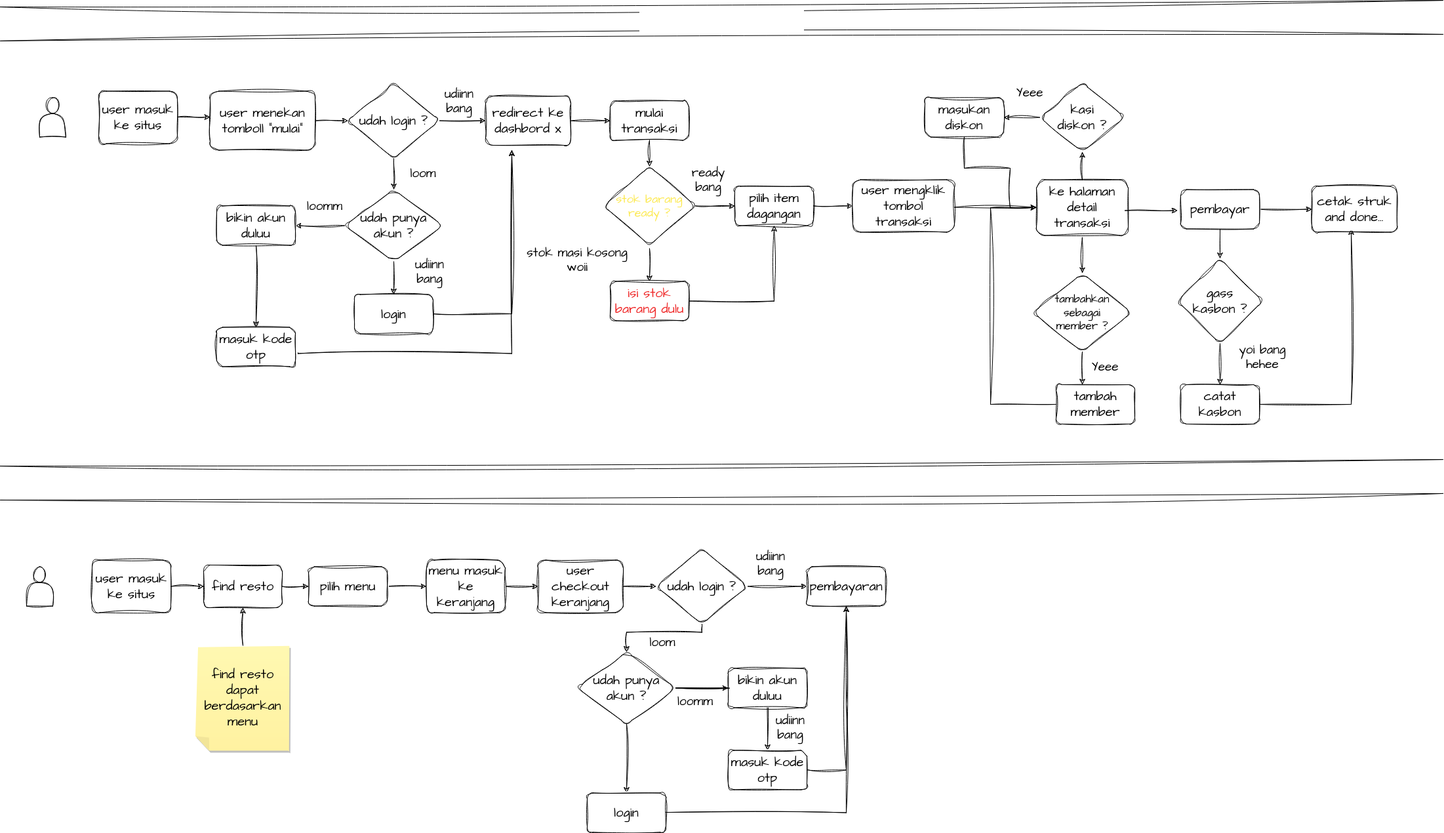
Petrichor-Dev/mypos keeps this draw.io diagram as Untitled Diagram.drawio.png. Above is the earlier version. Source tidied: cells renumbered, new cells last; positions are measured from the earlier drawing's top-left corner, leaving out a move shared by most shapes.
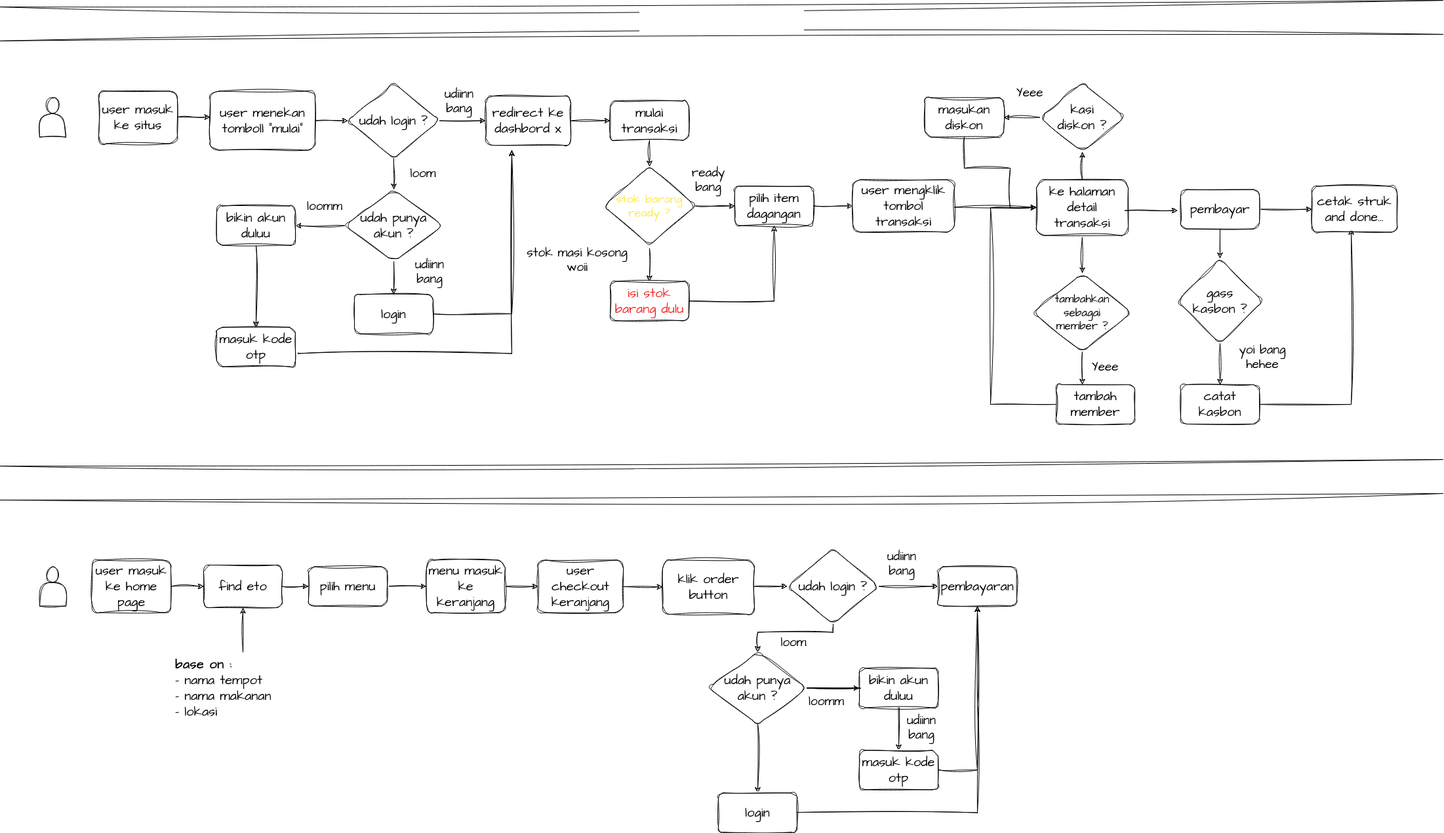
After the commit.

Diff of the diagram source:
```diff
@@ -245,13 +245,13 @@
     <mxCell id="66" style="edgeStyle=orthogonalEdgeStyle;rounded=0;sketch=1;hachureGap=4;jiggle=2;curveFitting=1;jettySize=auto;html=1;fontFamily=Architects Daughter;fontSource=https%3A%2F%2Ffonts.googleapis.com%2Fcss%3Ffamily%3DArchitects%2BDaughter;fontSize=16;" parent="1" edge="1" source="67" target="69">
       <mxGeometry relative="1" as="geometry" />
     </mxCell>
-    <mxCell id="67" value="user masuk ke situs" style="whiteSpace=wrap;html=1;fontSize=20;fontFamily=Architects Daughter;rounded=1;sketch=1;curveFitting=1;jiggle=2;hachureGap=4;fontSource=https%3A%2F%2Ffonts.googleapis.com%2Fcss%3Ffamily%3DArchitects%2BDaughter;labelBackgroundColor=none;" parent="1" vertex="1">
+    <mxCell id="67" value="user masuk ke home page" style="whiteSpace=wrap;html=1;fontSize=20;fontFamily=Architects Daughter;rounded=1;sketch=1;curveFitting=1;jiggle=2;hachureGap=4;fontSource=https%3A%2F%2Ffonts.googleapis.com%2Fcss%3Ffamily%3DArchitects%2BDaughter;labelBackgroundColor=none;" parent="1" vertex="1">
       <mxGeometry x="140" y="827.5" width="120" height="80" as="geometry" />
     </mxCell>
     <mxCell id="68" style="edgeStyle=orthogonalEdgeStyle;rounded=0;sketch=1;hachureGap=4;jiggle=2;curveFitting=1;jettySize=auto;html=1;fontFamily=Architects Daughter;fontSource=https%3A%2F%2Ffonts.googleapis.com%2Fcss%3Ffamily%3DArchitects%2BDaughter;fontSize=16;" parent="1" edge="1" source="69" target="71">
       <mxGeometry relative="1" as="geometry" />
     </mxCell>
-    <mxCell id="69" value="find resto" style="whiteSpace=wrap;html=1;fontSize=20;fontFamily=Architects Daughter;rounded=1;sketch=1;curveFitting=1;jiggle=2;hachureGap=4;fontSource=https%3A%2F%2Ffonts.googleapis.com%2Fcss%3Ffamily%3DArchitects%2BDaughter;labelBackgroundColor=none;" parent="1" vertex="1">
+    <mxCell id="69" value="find eto" style="whiteSpace=wrap;html=1;fontSize=20;fontFamily=Architects Daughter;rounded=1;sketch=1;curveFitting=1;jiggle=2;hachureGap=4;fontSource=https%3A%2F%2Ffonts.googleapis.com%2Fcss%3Ffamily%3DArchitects%2BDaughter;labelBackgroundColor=none;" parent="1" vertex="1">
       <mxGeometry x="310" y="835" width="120" height="65" as="geometry" />
     </mxCell>
     <mxCell id="70" style="edgeStyle=orthogonalEdgeStyle;rounded=0;sketch=1;hachureGap=4;jiggle=2;curveFitting=1;jettySize=auto;html=1;fontFamily=Architects Daughter;fontSource=https%3A%2F%2Ffonts.googleapis.com%2Fcss%3Ffamily%3DArchitects%2BDaughter;fontSize=16;" parent="1" edge="1" source="71" target="73">
@@ -266,19 +266,23 @@
     <mxCell id="73" value="menu masuk ke keranjang" style="whiteSpace=wrap;html=1;fontSize=20;fontFamily=Architects Daughter;rounded=1;sketch=1;curveFitting=1;jiggle=2;hachureGap=4;fontSource=https%3A%2F%2Ffonts.googleapis.com%2Fcss%3Ffamily%3DArchitects%2BDaughter;labelBackgroundColor=none;" parent="1" vertex="1">
       <mxGeometry x="650" y="827.5" width="120" height="80" as="geometry" />
     </mxCell>
-    <mxCell id="74" style="edgeStyle=orthogonalEdgeStyle;rounded=0;sketch=1;hachureGap=4;jiggle=2;curveFitting=1;jettySize=auto;html=1;fontFamily=Architects Daughter;fontSource=https%3A%2F%2Ffonts.googleapis.com%2Fcss%3Ffamily%3DArchitects%2BDaughter;fontSize=16;" parent="1" edge="1" source="75">
+    <mxCell id="74" style="edgeStyle=orthogonalEdgeStyle;rounded=0;sketch=1;hachureGap=4;jiggle=2;curveFitting=1;orthogonalLoop=1;jettySize=auto;html=1;fontFamily=Architects Daughter;fontSource=https%3A%2F%2Ffonts.googleapis.com%2Fcss%3Ffamily%3DArchitects%2BDaughter;fontSize=16;" parent="1" edge="1">
       <mxGeometry relative="1" as="geometry">
-        <mxPoint x="1000" y="867.5" as="targetPoint" />
+        <mxPoint x="1150" y="867.5" as="sourcePoint" />
+        <mxPoint x="1200" y="867.5" as="targetPoint" />
       </mxGeometry>
     </mxCell>
+    <mxCell id="98" style="edgeStyle=none;rounded=0;sketch=1;hachureGap=4;jiggle=2;curveFitting=1;jettySize=auto;html=1;fontFamily=Architects Daughter;fontSource=https%3A%2F%2Ffonts.googleapis.com%2Fcss%3Ffamily%3DArchitects%2BDaughter;fontSize=16;" parent="1" edge="1" source="75" target="101">
+      <mxGeometry relative="1" as="geometry" />
+    </mxCell>
     <mxCell id="75" value="user checkout keranjang" style="whiteSpace=wrap;html=1;fontSize=20;fontFamily=Architects Daughter;rounded=1;sketch=1;curveFitting=1;jiggle=2;hachureGap=4;fontSource=https%3A%2F%2Ffonts.googleapis.com%2Fcss%3Ffamily%3DArchitects%2BDaughter;labelBackgroundColor=none;" parent="1" vertex="1">
       <mxGeometry x="820" y="827.5" width="130" height="80" as="geometry" />
     </mxCell>
     <mxCell id="76" style="edgeStyle=orthogonalEdgeStyle;rounded=0;sketch=1;hachureGap=4;jiggle=2;curveFitting=1;jettySize=auto;html=1;fontFamily=Architects Daughter;fontSource=https%3A%2F%2Ffonts.googleapis.com%2Fcss%3Ffamily%3DArchitects%2BDaughter;fontSize=17;labelBackgroundColor=none;fontColor=default;entryX=0.5;entryY=0;entryDx=0;entryDy=0;" parent="1" edge="1" source="78" target="90">
       <mxGeometry relative="1" as="geometry">
         <Array as="points">
-          <mxPoint x="1070" y="937.5" />
-          <mxPoint x="955" y="937.5" />
+          <mxPoint x="1270" y="937.5" />
+          <mxPoint x="1155" y="937.5" />
         </Array>
       </mxGeometry>
     </mxCell>
@@ -286,19 +290,19 @@
       <mxGeometry relative="1" as="geometry" />
     </mxCell>
     <mxCell id="78" value="udah login ?" style="rhombus;whiteSpace=wrap;html=1;fontSize=20;fontFamily=Architects Daughter;rounded=1;sketch=1;curveFitting=1;jiggle=2;hachureGap=4;fontSource=https%3A%2F%2Ffonts.googleapis.com%2Fcss%3Ffamily%3DArchitects%2BDaughter;labelBackgroundColor=none;" parent="1" vertex="1">
-      <mxGeometry x="1000" y="810" width="140" height="115" as="geometry" />
+      <mxGeometry x="1200" y="810" width="140" height="115" as="geometry" />
     </mxCell>
     <mxCell id="79" value="&lt;font style=&quot;font-size: 19px;&quot;&gt;udiinn bang&lt;/font&gt;" style="text;strokeColor=none;align=center;fillColor=none;html=1;verticalAlign=middle;whiteSpace=wrap;rounded=0;sketch=1;hachureGap=4;jiggle=2;curveFitting=1;fontFamily=Architects Daughter;fontSource=https%3A%2F%2Ffonts.googleapis.com%2Fcss%3Ffamily%3DArchitects%2BDaughter;fontSize=19;labelBackgroundColor=none;" parent="1" vertex="1">
-      <mxGeometry x="1160" y="1067.5" width="90" height="30" as="geometry" />
+      <mxGeometry x="1360" y="1067.5" width="90" height="30" as="geometry" />
     </mxCell>
     <mxCell id="80" value="&lt;font style=&quot;font-size: 19px;&quot;&gt;udiinn bang&lt;/font&gt;" style="text;strokeColor=none;align=center;fillColor=none;html=1;verticalAlign=middle;whiteSpace=wrap;rounded=0;sketch=1;hachureGap=4;jiggle=2;curveFitting=1;fontFamily=Architects Daughter;fontSource=https%3A%2F%2Ffonts.googleapis.com%2Fcss%3Ffamily%3DArchitects%2BDaughter;fontSize=19;labelBackgroundColor=none;" parent="1" vertex="1">
-      <mxGeometry x="1145" y="817.5" width="60" height="30" as="geometry" />
+      <mxGeometry x="1345" y="817.5" width="60" height="30" as="geometry" />
     </mxCell>
     <mxCell id="81" value="&lt;font style=&quot;font-size: 19px;&quot;&gt;loomm&lt;/font&gt;" style="text;strokeColor=none;align=center;fillColor=none;html=1;verticalAlign=middle;whiteSpace=wrap;rounded=0;sketch=1;hachureGap=4;jiggle=2;curveFitting=1;fontFamily=Architects Daughter;fontSource=https%3A%2F%2Ffonts.googleapis.com%2Fcss%3Ffamily%3DArchitects%2BDaughter;fontSize=19;labelBackgroundColor=none;" parent="1" vertex="1">
-      <mxGeometry x="1030" y="1027.5" width="60" height="30" as="geometry" />
+      <mxGeometry x="1230" y="1027.5" width="60" height="30" as="geometry" />
     </mxCell>
     <mxCell id="82" value="&lt;font style=&quot;font-size: 19px;&quot;&gt;loom&lt;/font&gt;" style="text;strokeColor=none;align=center;fillColor=none;html=1;verticalAlign=middle;whiteSpace=wrap;rounded=0;sketch=1;hachureGap=4;jiggle=2;curveFitting=1;fontFamily=Architects Daughter;fontSource=https%3A%2F%2Ffonts.googleapis.com%2Fcss%3Ffamily%3DArchitects%2BDaughter;fontSize=19;labelBackgroundColor=none;" parent="1" vertex="1">
-      <mxGeometry x="980" y="937.5" width="60" height="30" as="geometry" />
+      <mxGeometry x="1180" y="937.5" width="60" height="30" as="geometry" />
     </mxCell>
     <mxCell id="83" style="edgeStyle=orthogonalEdgeStyle;rounded=0;sketch=1;hachureGap=4;jiggle=2;curveFitting=1;jettySize=auto;html=1;fontFamily=Architects Daughter;fontSource=https%3A%2F%2Ffonts.googleapis.com%2Fcss%3Ffamily%3DArchitects%2BDaughter;fontSize=16;" parent="1" edge="1" source="90" target="85">
       <mxGeometry relative="1" as="geometry" />
@@ -307,13 +311,13 @@
       <mxGeometry relative="1" as="geometry" />
     </mxCell>
     <mxCell id="85" value="bikin akun duluu" style="whiteSpace=wrap;html=1;fontSize=20;fontFamily=Architects Daughter;rounded=1;sketch=1;curveFitting=1;jiggle=2;hachureGap=4;fontSource=https%3A%2F%2Ffonts.googleapis.com%2Fcss%3Ffamily%3DArchitects%2BDaughter;labelBackgroundColor=none;" parent="1" vertex="1">
-      <mxGeometry x="1110" y="992.5" width="120" height="60" as="geometry" />
+      <mxGeometry x="1310" y="992.5" width="120" height="60" as="geometry" />
     </mxCell>
     <mxCell id="86" value="masuk kode otp" style="whiteSpace=wrap;html=1;fontSize=20;fontFamily=Architects Daughter;rounded=1;sketch=1;curveFitting=1;jiggle=2;hachureGap=4;fontSource=https%3A%2F%2Ffonts.googleapis.com%2Fcss%3Ffamily%3DArchitects%2BDaughter;labelBackgroundColor=none;" parent="1" vertex="1">
-      <mxGeometry x="1110" y="1117.5" width="120" height="60" as="geometry" />
+      <mxGeometry x="1310" y="1117.5" width="120" height="60" as="geometry" />
     </mxCell>
     <mxCell id="87" value="pembayaran" style="whiteSpace=wrap;html=1;fontSize=20;fontFamily=Architects Daughter;rounded=1;sketch=1;curveFitting=1;jiggle=2;hachureGap=4;fontSource=https%3A%2F%2Ffonts.googleapis.com%2Fcss%3Ffamily%3DArchitects%2BDaughter;labelBackgroundColor=none;" parent="1" vertex="1">
-      <mxGeometry x="1230" y="837.5" width="120" height="60" as="geometry" />
+      <mxGeometry x="1430" y="837.5" width="120" height="60" as="geometry" />
     </mxCell>
     <mxCell id="88" style="edgeStyle=orthogonalEdgeStyle;rounded=0;sketch=1;hachureGap=4;jiggle=2;curveFitting=1;jettySize=auto;html=1;fontFamily=Architects Daughter;fontSource=https%3A%2F%2Ffonts.googleapis.com%2Fcss%3Ffamily%3DArchitects%2BDaughter;fontSize=16;endArrow=none;" parent="1" edge="1" source="85" target="90">
       <mxGeometry relative="1" as="geometry" />
@@ -322,26 +326,26 @@
       <mxGeometry relative="1" as="geometry" />
     </mxCell>
     <mxCell id="90" value="udah punya akun ?" style="rhombus;whiteSpace=wrap;html=1;fontSize=20;fontFamily=Architects Daughter;rounded=1;sketch=1;curveFitting=1;jiggle=2;hachureGap=4;fontSource=https%3A%2F%2Ffonts.googleapis.com%2Fcss%3Ffamily%3DArchitects%2BDaughter;labelBackgroundColor=none;" parent="1" vertex="1">
-      <mxGeometry x="880" y="967.5" width="150" height="110" as="geometry" />
+      <mxGeometry x="1080" y="967.5" width="150" height="110" as="geometry" />
     </mxCell>
     <mxCell id="91" value="login" style="whiteSpace=wrap;html=1;fontSize=20;fontFamily=Architects Daughter;rounded=1;sketch=1;curveFitting=1;jiggle=2;hachureGap=4;fontSource=https%3A%2F%2Ffonts.googleapis.com%2Fcss%3Ffamily%3DArchitects%2BDaughter;labelBackgroundColor=none;" parent="1" vertex="1">
-      <mxGeometry x="895" y="1182.5" width="120" height="60" as="geometry" />
+      <mxGeometry x="1095" y="1182.5" width="120" height="60" as="geometry" />
     </mxCell>
     <mxCell id="92" style="edgeStyle=none;jettySize=auto;html=1;rounded=0;sketch=1;hachureGap=4;jiggle=2;curveFitting=1;fontFamily=Architects Daughter;fontSource=https%3A%2F%2Ffonts.googleapis.com%2Fcss%3Ffamily%3DArchitects%2BDaughter;fontSize=16;entryX=0.5;entryY=1;entryDx=0;entryDy=0;" parent="1" edge="1" target="87">
       <mxGeometry relative="1" as="geometry">
-        <mxPoint x="1015" y="1212.1" as="sourcePoint" />
+        <mxPoint x="1215" y="1212.1" as="sourcePoint" />
         <Array as="points">
-          <mxPoint x="1290" y="1212.5" />
-          <mxPoint x="1290" y="1047.5" />
+          <mxPoint x="1490" y="1212.5" />
+          <mxPoint x="1490" y="1047.5" />
         </Array>
       </mxGeometry>
     </mxCell>
     <mxCell id="93" style="edgeStyle=none;orthogonalLoop=1;jettySize=auto;html=1;rounded=0;sketch=1;hachureGap=4;jiggle=2;curveFitting=1;fontFamily=Architects Daughter;fontSource=https%3A%2F%2Ffonts.googleapis.com%2Fcss%3Ffamily%3DArchitects%2BDaughter;fontSize=16;" parent="1" edge="1">
       <mxGeometry relative="1" as="geometry">
-        <mxPoint x="1230" y="1147.1" as="sourcePoint" />
-        <mxPoint x="1290" y="897.5" as="targetPoint" />
+        <mxPoint x="1430" y="1147.1" as="sourcePoint" />
+        <mxPoint x="1490" y="897.5" as="targetPoint" />
         <Array as="points">
-          <mxPoint x="1290" y="1147.5" />
+          <mxPoint x="1490" y="1147.5" />
         </Array>
       </mxGeometry>
     </mxCell>
@@ -349,13 +353,16 @@
       <mxGeometry x="60" y="122.5" width="40" height="60" as="geometry" />
     </mxCell>
     <mxCell id="95" style="shape=actor;whiteSpace=wrap;html=1;sketch=1;hachureGap=4;jiggle=2;curveFitting=1;fontFamily=Architects Daughter;fontSource=https%3A%2F%2Ffonts.googleapis.com%2Fcss%3Ffamily%3DArchitects%2BDaughter;fontSize=20;" parent="1" vertex="1">
-      <mxGeometry x="40" y="837.5" width="40" height="60" as="geometry" />
+      <mxGeometry x="60" y="837.5" width="40" height="60" as="geometry" />
     </mxCell>
-    <mxCell id="96" style="edgeStyle=none;rounded=0;sketch=1;hachureGap=4;jiggle=2;curveFitting=1;jettySize=auto;html=1;fontFamily=Architects Daughter;fontSource=https%3A%2F%2Ffonts.googleapis.com%2Fcss%3Ffamily%3DArchitects%2BDaughter;fontSize=16;entryX=0.5;entryY=1;entryDx=0;entryDy=0;" parent="1" edge="1" source="97" target="69">
-      <mxGeometry relative="1" as="geometry" />
-    </mxCell>
-    <mxCell id="97" value="find resto dapat berdasarkan menu" style="shape=note;whiteSpace=wrap;html=1;backgroundOutline=1;fontColor=#000000;darkOpacity=0.05;fillColor=#FFF9B2;strokeColor=none;fillStyle=solid;direction=west;gradientDirection=north;gradientColor=#FFF2A1;shadow=1;size=20;sketch=1;hachureGap=4;jiggle=2;curveFitting=1;fontFamily=Architects Daughter;fontSource=https%3A%2F%2Ffonts.googleapis.com%2Fcss%3Ffamily%3DArchitects%2BDaughter;fontSize=20;" parent="1" vertex="1">
-      <mxGeometry x="300" y="957.5" width="140" height="160" as="geometry" />
-    </mxCell>
+    <mxCell id="99" style="edgeStyle=none;rounded=0;sketch=1;hachureGap=4;jiggle=2;curveFitting=1;jettySize=auto;html=1;entryX=0.5;entryY=1;entryDx=0;entryDy=0;fontFamily=Architects Daughter;fontSource=https%3A%2F%2Ffonts.googleapis.com%2Fcss%3Ffamily%3DArchitects%2BDaughter;fontSize=16;" parent="1" edge="1" source="100" target="69">
+      <mxGeometry relative="1" as="geometry" />
+    </mxCell>
+    <mxCell id="100" value="&lt;div&gt;&lt;b&gt;base on :&lt;/b&gt;&lt;/div&gt;- nama tempot&lt;br&gt;- nama makanan&lt;br&gt;- lokasi" style="text;strokeColor=none;align=left;fillColor=none;html=1;verticalAlign=top;whiteSpace=wrap;rounded=0;sketch=1;hachureGap=4;jiggle=2;curveFitting=1;fontFamily=Architects Daughter;fontSource=https%3A%2F%2Ffonts.googleapis.com%2Fcss%3Ffamily%3DArchitects%2BDaughter;fontSize=20;" parent="1" vertex="1">
+      <mxGeometry x="265" y="967.5" width="210" height="110" as="geometry" />
+    </mxCell>
+    <mxCell id="101" value="klik order button" style="whiteSpace=wrap;html=1;fontSize=20;fontFamily=Architects Daughter;rounded=1;sketch=1;curveFitting=1;jiggle=2;hachureGap=4;fontSource=https%3A%2F%2Ffonts.googleapis.com%2Fcss%3Ffamily%3DArchitects%2BDaughter;labelBackgroundColor=none;" parent="1" vertex="1">
+      <mxGeometry x="1010" y="827.5" width="140" height="82.5" as="geometry" />
+    </mxCell>
   </root>
 </mxGraphModel>
```
